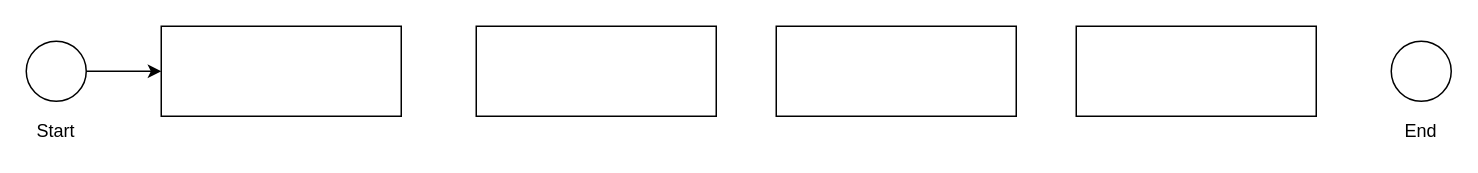
Before: BP attempt1.drawio in rajarshi-2000/Diag.io, a draw.io diagram. Source tidied: cells renumbered, new cells numbered last; positions are measured from the earlier drawing's top-left corner, leaving out a move shared by most shapes. Both pictures are drawn from the tidied source at 150%, with x=0, y=0 at pixel (26, 26).
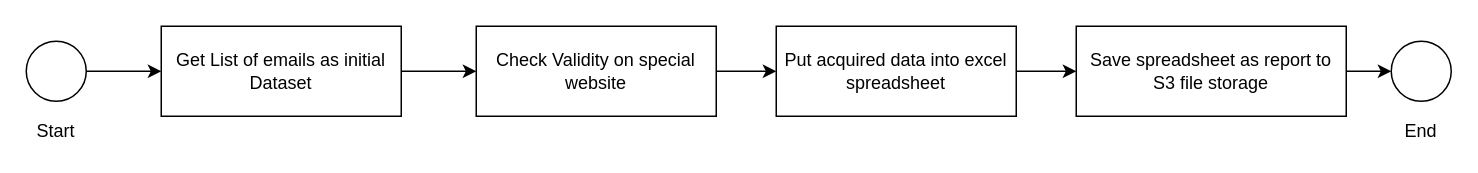
After the change.

Diff of the diagram source:
```diff
@@
 <mxGraphModel background="#ffffff">
   <root>
     <mxCell id="0" />
     <mxCell id="1" parent="0" />
     <mxCell id="2" style="edgeStyle=orthogonalEdgeStyle;rounded=0;jettySize=auto;html=1;exitX=1;exitY=0.5;exitDx=0;exitDy=0;entryX=0;entryY=0.5;entryDx=0;entryDy=0;" parent="1" edge="1" source="3" target="4">
       <mxGeometry relative="1" as="geometry" />
     </mxCell>
     <mxCell id="3" style="ellipse;whiteSpace=wrap;html=1;" parent="1" vertex="1">
       <mxGeometry y="10" width="40" height="40" as="geometry" />
     </mxCell>
+    <mxCell id="11" style="edgeStyle=orthogonalEdgeStyle;rounded=0;jettySize=auto;html=1;exitX=1;exitY=0.5;exitDx=0;exitDy=0;entryX=0;entryY=0.5;entryDx=0;entryDy=0;" parent="1" edge="1" source="4" target="5">
+      <mxGeometry relative="1" as="geometry" />
+    </mxCell>
-    <mxCell id="4" style="rounded=0;whiteSpace=wrap;html=1;" parent="1" vertex="1">
+    <mxCell id="4" value="Get List of emails as initial Dataset" style="rounded=0;whiteSpace=wrap;html=1;" parent="1" vertex="1">
       <mxGeometry x="90" width="160" height="60" as="geometry" />
     </mxCell>
+    <mxCell id="12" style="edgeStyle=orthogonalEdgeStyle;rounded=0;jettySize=auto;html=1;exitX=1;exitY=0.5;exitDx=0;exitDy=0;entryX=0;entryY=0.5;entryDx=0;entryDy=0;" parent="1" edge="1" source="5" target="6">
+      <mxGeometry relative="1" as="geometry" />
+    </mxCell>
-    <mxCell id="5" style="rounded=0;whiteSpace=wrap;html=1;" parent="1" vertex="1">
+    <mxCell id="5" value="Check Validity on special website" style="rounded=0;whiteSpace=wrap;html=1;" parent="1" vertex="1">
       <mxGeometry x="300" width="160" height="60" as="geometry" />
     </mxCell>
+    <mxCell id="13" style="edgeStyle=orthogonalEdgeStyle;rounded=0;jettySize=auto;html=1;exitX=1;exitY=0.5;exitDx=0;exitDy=0;" parent="1" edge="1" source="6" target="7">
+      <mxGeometry relative="1" as="geometry" />
+    </mxCell>
-    <mxCell id="6" style="rounded=0;whiteSpace=wrap;html=1;" parent="1" vertex="1">
+    <mxCell id="6" value="Put acquired data into excel spreadsheet" style="rounded=0;whiteSpace=wrap;html=1;" parent="1" vertex="1">
       <mxGeometry x="500" width="160" height="60" as="geometry" />
     </mxCell>
+    <mxCell id="14" style="edgeStyle=orthogonalEdgeStyle;rounded=0;jettySize=auto;html=1;exitX=1;exitY=0.5;exitDx=0;exitDy=0;entryX=0;entryY=0.5;entryDx=0;entryDy=0;" parent="1" edge="1" source="7" target="8">
+      <mxGeometry relative="1" as="geometry" />
+    </mxCell>
-    <mxCell id="7" style="rounded=0;whiteSpace=wrap;html=1;" parent="1" vertex="1">
-      <mxGeometry x="700" width="160" height="60" as="geometry" />
+    <mxCell id="7" value="Save spreadsheet as report to S3 file storage" style="rounded=0;whiteSpace=wrap;html=1;" parent="1" vertex="1">
+      <mxGeometry x="700" width="180" height="60" as="geometry" />
     </mxCell>
     <mxCell id="8" style="ellipse;whiteSpace=wrap;html=1;" parent="1" vertex="1">
       <mxGeometry x="910" y="10" width="40" height="40" as="geometry" />
     </mxCell>
     <mxCell id="9" value="Start" style="text;html=1;strokeColor=none;fillColor=none;align=center;verticalAlign=middle;whiteSpace=wrap;rounded=0;" parent="1" vertex="1">
       <mxGeometry y="60" width="40" height="20" as="geometry" />
     </mxCell>
     <mxCell id="10" value="End" style="text;html=1;strokeColor=none;fillColor=none;align=center;verticalAlign=middle;whiteSpace=wrap;rounded=0;" parent="1" vertex="1">
       <mxGeometry x="910" y="60" width="40" height="20" as="geometry" />
     </mxCell>
   </root>
 </mxGraphModel>
```
